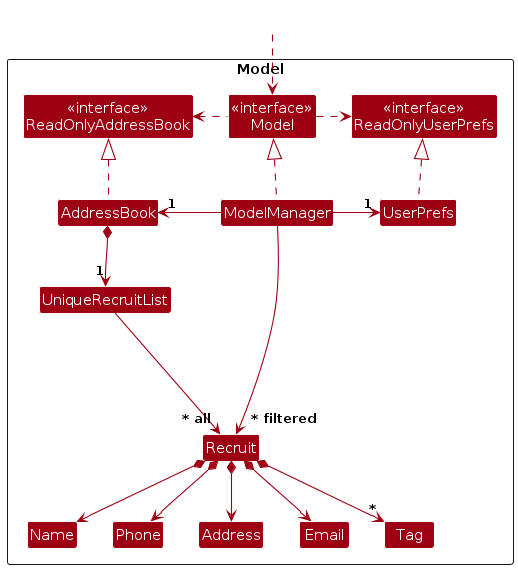
Above: diagrams/ModelClassDiagram.png in AY2526S1-CS2103T-F09-3/tp (PlantUML), before the change. Its source is kept beside it as diagrams/ModelClassDiagram.puml. Its diagram source:
```plantuml
@startuml
!include style.puml
skinparam arrowThickness 1.1
skinparam arrowColor MODEL_COLOR
skinparam classBackgroundColor MODEL_COLOR

Package Model as ModelPackage <<Rectangle>>{
Class "<<interface>>\nReadOnlyAddressBook" as ReadOnlyAddressBook
Class "<<interface>>\nReadOnlyUserPrefs" as ReadOnlyUserPrefs
Class "<<interface>>\nModel" as Model
Class AddressBook
Class ModelManager
Class UserPrefs

Class UniqueRecruitList
Class Recruit
Class Address
Class Email
Class Name
Class Phone
Class Tag

Class I #FFFFFF
}

Class HiddenOutside #FFFFFF
HiddenOutside ..> Model

AddressBook .up.|> ReadOnlyAddressBook

ModelManager .up.|> Model
Model .right.> ReadOnlyUserPrefs
Model .left.> ReadOnlyAddressBook
ModelManager -left-> "1" AddressBook
ModelManager -right-> "1" UserPrefs
UserPrefs .up.|> ReadOnlyUserPrefs

AddressBook *--> "1" UniqueRecruitList
UniqueRecruitList --> "~* all" Recruit
Recruit *--> Name
Recruit *--> Phone
Recruit *--> Email
Recruit *--> Address
Recruit *--> "*" Tag

Recruit -[hidden]up--> I
UniqueRecruitList -[hidden]right-> I

Name -[hidden]right-> Phone
Phone -[hidden]right-> Address
Address -[hidden]right-> Email

ModelManager --> "~* filtered" Recruit
@enduml
```
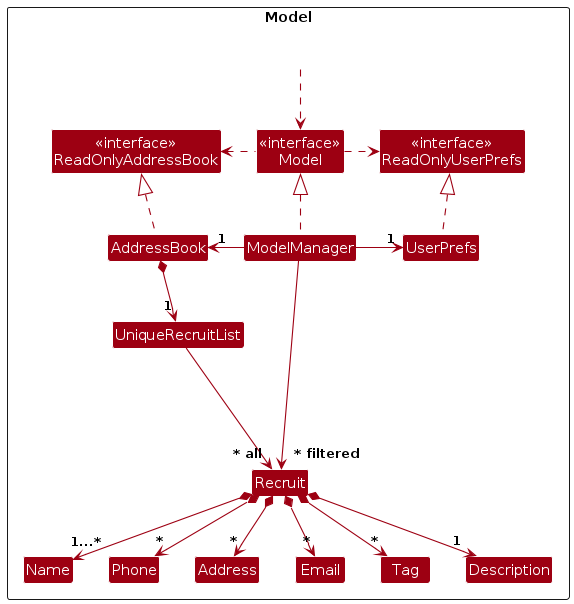
After the commit.

The edit, as a diff of the source:
```diff
@@ -4,7 +4,7 @@
 skinparam arrowColor MODEL_COLOR
 skinparam classBackgroundColor MODEL_COLOR
 
-Package Model as ModelPackage <<Rectangle>>{
+Package Model as ModelPackage <<Rectangle>> {
 Class "<<interface>>\nReadOnlyAddressBook" as ReadOnlyAddressBook
 Class "<<interface>>\nReadOnlyUserPrefs" as ReadOnlyUserPrefs
 Class "<<interface>>\nModel" as Model
@@ -21,8 +21,6 @@
 Class Tag
 
 Class I #FFFFFF
-}
-
 Class HiddenOutside #FFFFFF
 HiddenOutside ..> Model
 
@@ -37,10 +35,11 @@
 
 AddressBook *--> "1" UniqueRecruitList
 UniqueRecruitList --> "~* all" Recruit
-Recruit *--> Name
-Recruit *--> Phone
-Recruit *--> Email
-Recruit *--> Address
+Recruit *--> "1...*" Name
+Recruit *--> "*" Phone
+Recruit *--> "*" Email
+Recruit *--> "*" Address
+Recruit *--> "1" Description
 Recruit *--> "*" Tag
 
 Recruit -[hidden]up--> I
```
